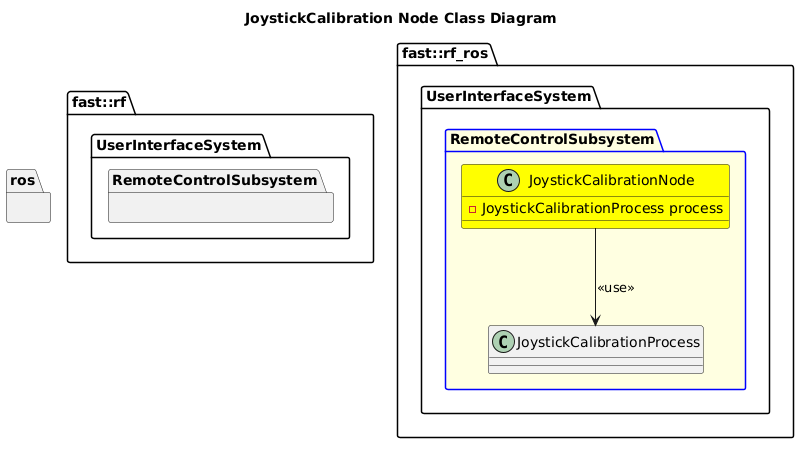
The PlantUML diagram Systems/UserInterface/Subsystems/RemoteControl/Nodes/TeleopControl/JoystickCalibration/doc/puml/JoystickCalibrationNodeClassDiagram.png in fastrobotics/robot_framework_ros, before a commit.
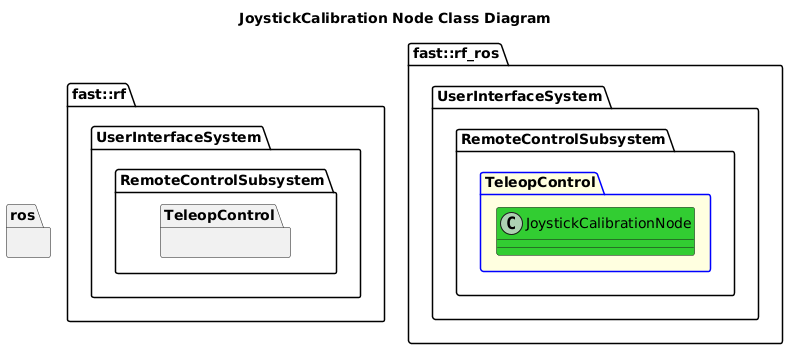
After the change.

What changed in the source:
```diff
@@ -6,16 +6,19 @@
 namespace fast::rf {
     namespace UserInterfaceSystem {
         namespace RemoteControlSubsystem {
+            namespace TeleopControl {
+
+            }
         }
     }
 }
 namespace fast::rf_ros {
    namespace UserInterfaceSystem {
-        package RemoteControlSubsystem #LightYellow;line:blue {
-            class JoystickCalibrationNode #Yellow {
-                -JoystickCalibrationProcess process
+        namespace RemoteControlSubsystem {
+            package TeleopControl #LightYellow;line:blue {
+                class JoystickCalibrationNode #LimeGreen {
+                }
             }
-            JoystickCalibrationNode --> JoystickCalibrationProcess: <<use>>
         }
     }
 }
```
